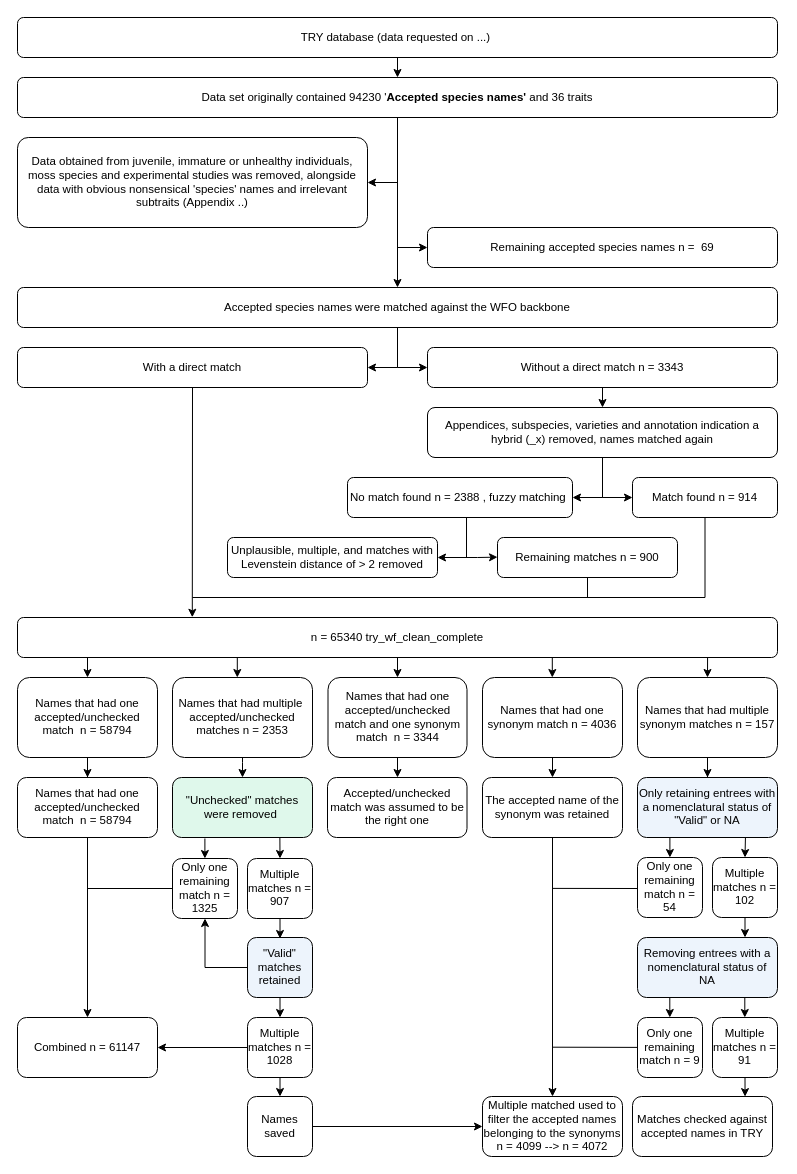
Above: page "Page-1" (1 of 3) of data_cleaning2.drawio in JGerkema/Chapter_I (draw.io), before the change. Source tidied: cells renumbered, new cells numbered last; positions are measured from the earlier drawing's top-left corner, leaving out a move shared by most shapes. Both pictures are drawn from the tidied source at 100%, with x=0, y=0 at pixel (17, 17).
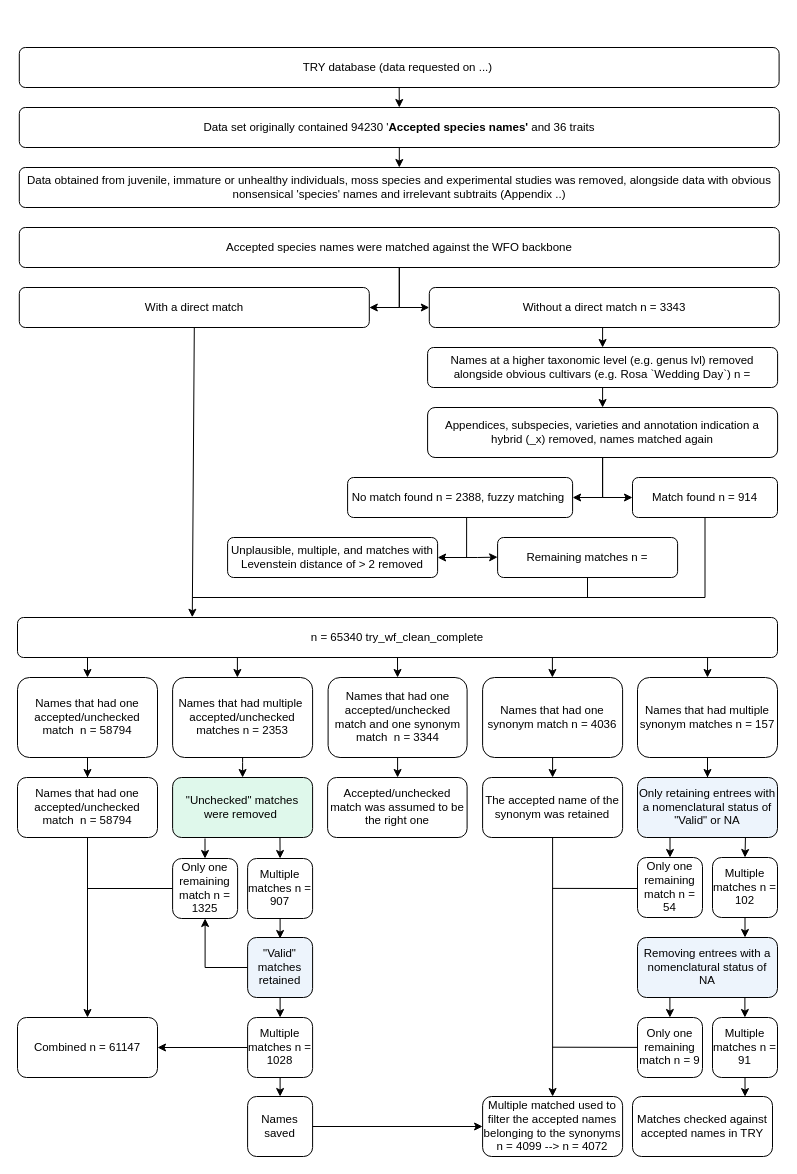
Above is the later version.

Diff of the diagram source:
```diff
@@
+    <mxCell id="29" style="edgeStyle=orthogonalEdgeStyle;rounded=0;jettySize=auto;html=1;exitX=0.5;exitY=1;exitDx=0;exitDy=0;entryX=0.5;entryY=0;entryDx=0;entryDy=0;" parent="1" edge="1" source="2" target="4">
+      <mxGeometry relative="1" as="geometry" />
+    </mxCell>
     <mxCell id="2" value="TRY database (data requested on ...)&amp;nbsp;" style="rounded=1;whiteSpace=wrap;html=1;fontSize=11.5;glass=0;strokeWidth=1;shadow=0;" parent="1" vertex="1">
-      <mxGeometry width="760" height="40" as="geometry" />
+      <mxGeometry x="1.8" y="30" width="759.8" height="40" as="geometry" />
     </mxCell>
     <mxCell id="3" value="Accepted species names were matched against the WFO backbone" style="rounded=1;whiteSpace=wrap;html=1;fontSize=11.5;glass=0;strokeWidth=1;shadow=0;" parent="1" vertex="1">
-      <mxGeometry y="270" width="760" height="40" as="geometry" />
+      <mxGeometry x="1.8" y="210" width="760" height="40" as="geometry" />
     </mxCell>
+    <mxCell id="82" style="edgeStyle=orthogonalEdgeStyle;rounded=0;jettySize=auto;html=1;exitX=0.5;exitY=1;exitDx=0;exitDy=0;entryX=0.5;entryY=0;entryDx=0;entryDy=0;" parent="1" edge="1" source="4" target="5">
+      <mxGeometry relative="1" as="geometry" />
+    </mxCell>
     <mxCell id="4" value="Data set originally contained 94230 '&lt;b style=&quot;font-size: 11.5px;&quot;&gt;Accepted species names'&amp;nbsp;&lt;/b&gt;and 36 traits" style="rounded=1;whiteSpace=wrap;html=1;fontSize=11.5;" parent="1" vertex="1">
-      <mxGeometry y="60" width="760" height="40" as="geometry" />
+      <mxGeometry x="1.8" y="90" width="760" height="40" as="geometry" />
     </mxCell>
-    <mxCell id="5" value="Data obtained from juvenile, immature or unhealthy individuals, moss species and experimental studies was removed, alongside data with obvious nonsensical 'species' names and irrelevant subtraits (Appendix ..)" style="rounded=1;whiteSpace=wrap;html=1;arcSize=12;glass=0;shadow=0;fontSize=11.5;" parent="1" vertex="1">
-      <mxGeometry y="120" width="350" height="90" as="geometry" />
-    </mxCell>
-    <mxCell id="6" style="endArrow=classic;html=1;rounded=0;entryX=0.5;entryY=0;entryDx=0;entryDy=0;fontSize=11.5;exitX=0.5;exitY=1;exitDx=0;exitDy=0;" parent="1" edge="1" source="4" target="3">
-      <mxGeometry relative="1" as="geometry" />
-    </mxCell>
-    <mxCell id="7" value="Remaining accepted species names n =&amp;nbsp; 69" style="rounded=1;whiteSpace=wrap;html=1;fontSize=11.5;" parent="1" vertex="1">
-      <mxGeometry x="410" y="210" width="350" height="40" as="geometry" />
-    </mxCell>
     <mxCell id="8" style="edgeStyle=orthogonalEdgeStyle;rounded=0;orthogonalLoop=1;jettySize=auto;html=1;exitX=0.5;exitY=1;exitDx=0;exitDy=0;fontSize=11.5;" parent="1" edge="1">
       <mxGeometry relative="1" as="geometry">
-        <mxPoint x="575" y="240" as="sourcePoint" />
-        <mxPoint x="575" y="240" as="targetPoint" />
+        <mxPoint x="574.8" y="190" as="sourcePoint" />
+        <mxPoint x="574.8" y="190" as="targetPoint" />
       </mxGeometry>
     </mxCell>
     <mxCell id="9" value="With a direct match" style="rounded=1;whiteSpace=wrap;html=1;fontSize=11.5;" parent="1" vertex="1">
-      <mxGeometry y="330" width="350" height="40" as="geometry" />
+      <mxGeometry x="1.8" y="270" width="350" height="40" as="geometry" />
     </mxCell>
+    <mxCell id="83" style="edgeStyle=orthogonalEdgeStyle;rounded=0;jettySize=auto;html=1;exitX=0.5;exitY=1;exitDx=0;exitDy=0;entryX=0.5;entryY=0;entryDx=0;entryDy=0;" parent="1" edge="1" source="10" target="85">
+      <mxGeometry relative="1" as="geometry" />
+    </mxCell>
     <mxCell id="10" value="Without a direct match n = 3343" style="rounded=1;whiteSpace=wrap;html=1;fontSize=11.5;" parent="1" vertex="1">
-      <mxGeometry x="410" y="330" width="350" height="40" as="geometry" />
+      <mxGeometry x="411.8" y="270" width="350" height="40" as="geometry" />
     </mxCell>
     <mxCell id="11" value="Appendices, subspecies, varieties and annotation indication a hybrid (_x) removed, names matched again" style="rounded=1;whiteSpace=wrap;html=1;fontSize=11.5;" parent="1" vertex="1">
-      <mxGeometry x="410" y="390" width="350" height="50" as="geometry" />
+      <mxGeometry x="410.1" y="390" width="350" height="50" as="geometry" />
     </mxCell>
     <mxCell id="12" style="edgeStyle=orthogonalEdgeStyle;rounded=0;jettySize=auto;html=1;entryX=0;entryY=0.491;entryDx=0;entryDy=0;fontSize=11.5;exitX=0.529;exitY=0.989;exitDx=0;exitDy=0;exitPerimeter=0;entryPerimeter=0;" parent="1" edge="1" source="13" target="16">
       <mxGeometry relative="1" as="geometry">
         <Array as="points">
-          <mxPoint x="449" y="540" />
-          <mxPoint x="460" y="540" />
+          <mxPoint x="449.1" y="540" />
+          <mxPoint x="460.1" y="540" />
         </Array>
       </mxGeometry>
     </mxCell>
-    <mxCell id="13" value="No match found n = 2388 , fuzzy matching&amp;nbsp;" style="rounded=1;whiteSpace=wrap;html=1;fontSize=11.5;" parent="1" vertex="1">
-      <mxGeometry x="330" y="460" width="225" height="40" as="geometry" />
+    <mxCell id="13" value="No match found n = 2388, fuzzy matching&amp;nbsp;" style="rounded=1;whiteSpace=wrap;html=1;fontSize=11.5;" parent="1" vertex="1">
+      <mxGeometry x="330.1" y="460" width="225" height="40" as="geometry" />
     </mxCell>
@@
     <mxCell id="15" value="Unplausible, multiple, and matches with Levenstein distance of &amp;gt; 2 removed" style="rounded=1;whiteSpace=wrap;html=1;fontSize=11.5;" parent="1" vertex="1">
-      <mxGeometry x="210" y="520" width="210" height="40" as="geometry" />
+      <mxGeometry x="210.1" y="520" width="210" height="40" as="geometry" />
     </mxCell>
-    <mxCell id="16" value="Remaining matches n = 900" style="rounded=1;whiteSpace=wrap;html=1;fontSize=11.5;" parent="1" vertex="1">
-      <mxGeometry x="480" y="520" width="180" height="40" as="geometry" />
+    <mxCell id="16" value="Remaining matches n =" style="rounded=1;whiteSpace=wrap;html=1;fontSize=11.5;" parent="1" vertex="1">
+      <mxGeometry x="480.1" y="520" width="180" height="40" as="geometry" />
     </mxCell>
@@
     <mxCell id="20" style="endArrow=none;html=1;rounded=0;edgeStyle=orthogonalEdgeStyle;fontSize=11.5;" parent="1" edge="1">
       <mxGeometry relative="1" as="geometry">
-        <mxPoint x="175" y="580" as="sourcePoint" />
+        <mxPoint x="175.1" y="580" as="sourcePoint" />
         <mxPoint x="570" y="560" as="targetPoint" />
         <Array as="points">
           <mxPoint x="570" y="580" />
         </Array>
       </mxGeometry>
     </mxCell>
@@
-    <mxCell id="22" style="endArrow=classic;html=1;rounded=0;exitX=0.5;exitY=1;exitDx=0;exitDy=0;entryX=0;entryY=0.5;entryDx=0;entryDy=0;edgeStyle=orthogonalEdgeStyle;fontSize=11.5;" parent="1" edge="1" source="3" target="10">
-      <mxGeometry relative="1" as="geometry" />
+    <mxCell id="22" style="endArrow=classic;html=1;rounded=0;exitX=0.5;exitY=1;exitDx=0;exitDy=0;entryX=0;entryY=0.5;entryDx=0;entryDy=0;edgeStyle=orthogonalEdgeStyle;fontSize=11.5;" parent="1" edge="1">
+      <mxGeometry relative="1" as="geometry">
+        <mxPoint x="381.8" y="250" as="sourcePoint" />
+        <mxPoint x="411.8" y="290" as="targetPoint" />
+        <Array as="points">
+          <mxPoint x="381.8" y="290" />
+        </Array>
+      </mxGeometry>
     </mxCell>
     <mxCell id="23" style="endArrow=classic;html=1;rounded=0;entryX=1;entryY=0.5;entryDx=0;entryDy=0;edgeStyle=orthogonalEdgeStyle;fontSize=11.5;" parent="1" edge="1" target="9">
       <mxGeometry relative="1" as="geometry">
-        <mxPoint x="380" y="310" as="sourcePoint" />
+        <mxPoint x="381.8" y="250" as="sourcePoint" />
         <Array as="points">
-          <mxPoint x="380" y="310" />
-          <mxPoint x="380" y="350" />
+          <mxPoint x="381.8" y="290" />
         </Array>
       </mxGeometry>
     </mxCell>
@@
-    <mxCell id="26" style="endArrow=classic;html=1;rounded=0;fontSize=11.5;entryX=1;entryY=0.5;entryDx=0;entryDy=0;" parent="1" edge="1" target="5">
-      <mxGeometry relative="1" as="geometry">
-        <mxPoint x="380" y="165" as="sourcePoint" />
-      </mxGeometry>
-    </mxCell>
-    <mxCell id="27" style="endArrow=classic;html=1;rounded=0;entryX=0;entryY=0.5;entryDx=0;entryDy=0;fontSize=11.5;" parent="1" edge="1" target="7">
-      <mxGeometry relative="1" as="geometry">
-        <mxPoint x="380" y="230" as="sourcePoint" />
-      </mxGeometry>
-    </mxCell>
-    <mxCell id="28" style="endArrow=classic;html=1;rounded=0;exitX=0.5;exitY=1;exitDx=0;exitDy=0;fontSize=11.5;" parent="1" edge="1" source="10" target="11">
-      <mxGeometry relative="1" as="geometry" />
-    </mxCell>
-    <mxCell id="29" style="endArrow=classic;html=1;rounded=0;exitX=0.5;exitY=1;exitDx=0;exitDy=0;entryX=0.5;entryY=0;entryDx=0;entryDy=0;fontSize=11.5;" parent="1" edge="1" source="2" target="4">
-      <mxGeometry relative="1" as="geometry" />
-    </mxCell>
     <mxCell id="30" style="endArrow=classic;html=1;rounded=0;entryX=1;entryY=0.5;entryDx=0;entryDy=0;fontSize=11.5;" parent="1" edge="1" target="15">
       <mxGeometry relative="1" as="geometry">
-        <mxPoint x="450" y="540" as="sourcePoint" />
+        <mxPoint x="450.1" y="540" as="sourcePoint" />
       </mxGeometry>
     </mxCell>
     <mxCell id="31" style="edgeStyle=orthogonalEdgeStyle;rounded=0;jettySize=auto;html=1;entryX=0.5;entryY=0;entryDx=0;entryDy=0;" parent="1" edge="1" source="32" target="64">
       <mxGeometry relative="1" as="geometry">
         <Array as="points">
-          <mxPoint x="225" y="745" />
-          <mxPoint x="225" y="745" />
+          <mxPoint x="225.1" y="745" />
+          <mxPoint x="225.1" y="745" />
         </Array>
       </mxGeometry>
     </mxCell>
     <mxCell id="32" value="Names that had multiple&amp;nbsp; accepted/unchecked matches n = 2353" style="rounded=1;whiteSpace=wrap;html=1;fontSize=11.5;" parent="1" vertex="1">
-      <mxGeometry x="155" y="660" width="140" height="80" as="geometry" />
+      <mxGeometry x="155.1" y="660" width="140" height="80" as="geometry" />
     </mxCell>
@@
     <mxCell id="34" value="Names that had one accepted/unchecked match and one synonym match&amp;nbsp; n = 3344" style="rounded=1;whiteSpace=wrap;html=1;fontSize=11.5;" parent="1" vertex="1">
-      <mxGeometry x="310.5" y="660" width="139" height="80" as="geometry" />
+      <mxGeometry x="310.6" y="660" width="139" height="80" as="geometry" />
     </mxCell>
@@
     <mxCell id="38" value="Names that had one synonym match n = 4036" style="rounded=1;whiteSpace=wrap;html=1;fontSize=11.5;" parent="1" vertex="1">
-      <mxGeometry x="465" y="660" width="140" height="80" as="geometry" />
+      <mxGeometry x="465.1" y="660" width="140" height="80" as="geometry" />
     </mxCell>
@@
     <mxCell id="42" style="endArrow=classic;html=1;rounded=0;entryX=0.5;entryY=0;entryDx=0;entryDy=0;fontSize=11.5;" parent="1" edge="1">
       <mxGeometry relative="1" as="geometry">
-        <mxPoint x="219.8" y="640" as="sourcePoint" />
-        <mxPoint x="219.8" y="660" as="targetPoint" />
+        <mxPoint x="219.9" y="640" as="sourcePoint" />
+        <mxPoint x="219.9" y="660" as="targetPoint" />
       </mxGeometry>
     </mxCell>
@@
     <mxCell id="44" value="Accepted/unchecked match was assumed to be the right one" style="rounded=1;whiteSpace=wrap;html=1;fontSize=11.5;" parent="1" vertex="1">
-      <mxGeometry x="310" y="760" width="139.5" height="60" as="geometry" />
+      <mxGeometry x="310.1" y="760" width="139.5" height="60" as="geometry" />
     </mxCell>
@@
     <mxCell id="53" style="endArrow=classic;html=1;rounded=0;exitX=0.771;exitY=1;exitDx=0;exitDy=0;exitPerimeter=0;entryX=0.5;entryY=0;entryDx=0;entryDy=0;fontSize=11.5;" parent="1" edge="1">
       <mxGeometry relative="1" as="geometry">
-        <mxPoint x="652.4" y="820" as="sourcePoint" />
-        <mxPoint x="652.4" y="840" as="targetPoint" />
+        <mxPoint x="652.5" y="820" as="sourcePoint" />
+        <mxPoint x="652.5" y="840" as="targetPoint" />
       </mxGeometry>
     </mxCell>
     <mxCell id="54" value="Only one remaining match n = 1325" style="rounded=1;whiteSpace=wrap;html=1;fontSize=11.5;" parent="1" vertex="1">
-      <mxGeometry x="155" y="841" width="65" height="60" as="geometry" />
+      <mxGeometry x="155.1" y="841" width="65" height="60" as="geometry" />
     </mxCell>
     <mxCell id="55" style="edgeStyle=orthogonalEdgeStyle;rounded=0;jettySize=auto;html=1;" parent="1" edge="1" source="56">
       <mxGeometry relative="1" as="geometry">
-        <mxPoint x="262.5" y="921" as="targetPoint" />
+        <mxPoint x="262.6" y="921" as="targetPoint" />
       </mxGeometry>
     </mxCell>
     <mxCell id="56" value="Multiple matches n = 907" style="rounded=1;whiteSpace=wrap;html=1;fontSize=11.5;" parent="1" vertex="1">
-      <mxGeometry x="230" y="841" width="65" height="60" as="geometry" />
+      <mxGeometry x="230.1" y="841" width="65" height="60" as="geometry" />
     </mxCell>
@@
     <mxCell id="58" style="endArrow=classic;html=1;rounded=0;exitX=0.771;exitY=1;exitDx=0;exitDy=0;exitPerimeter=0;entryX=0.5;entryY=0;entryDx=0;entryDy=0;fontSize=11.5;" parent="1" edge="1">
       <mxGeometry relative="1" as="geometry">
-        <mxPoint x="187.4" y="821" as="sourcePoint" />
-        <mxPoint x="187.4" y="841" as="targetPoint" />
+        <mxPoint x="187.5" y="821" as="sourcePoint" />
+        <mxPoint x="187.5" y="841" as="targetPoint" />
       </mxGeometry>
     </mxCell>
@@
     <mxCell id="60" value="The accepted name of the synonym was retained" style="rounded=1;whiteSpace=wrap;html=1;fontSize=11.5;" parent="1" vertex="1">
-      <mxGeometry x="465" y="760" width="140" height="60" as="geometry" />
+      <mxGeometry x="465.1" y="760" width="140" height="60" as="geometry" />
     </mxCell>
     <mxCell id="61" style="endArrow=classic;html=1;rounded=0;entryX=0.5;entryY=0;entryDx=0;entryDy=0;fontSize=11.5;exitX=0.908;exitY=0.99;exitDx=0;exitDy=0;exitPerimeter=0;" parent="1" edge="1">
       <mxGeometry relative="1" as="geometry">
-        <mxPoint x="534.8" y="640" as="sourcePoint" />
-        <mxPoint x="534.8" y="660" as="targetPoint" />
+        <mxPoint x="534.9" y="640" as="sourcePoint" />
+        <mxPoint x="534.9" y="660" as="targetPoint" />
       </mxGeometry>
     </mxCell>
@@
     <mxCell id="63" value="&quot;Valid&quot; matches retained" style="rounded=1;whiteSpace=wrap;html=1;fontSize=11.5;fillColor=#EDF4FC;strokeColor=#000000;" parent="1" vertex="1">
-      <mxGeometry x="230" y="920" width="65" height="60" as="geometry" />
+      <mxGeometry x="230.1" y="920" width="65" height="60" as="geometry" />
     </mxCell>
     <mxCell id="64" value="&quot;Unchecked&quot; matches were removed&amp;nbsp;" style="rounded=1;whiteSpace=wrap;html=1;fontSize=11.5;fillColor=#DFF8EB;" parent="1" vertex="1">
-      <mxGeometry x="155" y="760" width="140" height="60" as="geometry" />
+      <mxGeometry x="155.1" y="760" width="140" height="60" as="geometry" />
     </mxCell>
@@
     <mxCell id="68" value="Multiple matches n = 1028" style="rounded=1;whiteSpace=wrap;html=1;fontSize=11.5;" parent="1" vertex="1">
-      <mxGeometry x="230" y="1000" width="65" height="60" as="geometry" />
+      <mxGeometry x="230.1" y="1000" width="65" height="60" as="geometry" />
     </mxCell>
     <mxCell id="69" value="Names saved" style="rounded=1;whiteSpace=wrap;html=1;fontSize=11.5;" parent="1" vertex="1">
-      <mxGeometry x="230" y="1079" width="65" height="60" as="geometry" />
+      <mxGeometry x="230.1" y="1079" width="65" height="60" as="geometry" />
     </mxCell>
@@
     <mxCell id="73" style="endArrow=classic;html=1;rounded=0;exitX=0.771;exitY=1;exitDx=0;exitDy=0;exitPerimeter=0;entryX=0.5;entryY=0;entryDx=0;entryDy=0;fontSize=11.5;" parent="1" edge="1">
       <mxGeometry relative="1" as="geometry">
-        <mxPoint x="652.3" y="980" as="sourcePoint" />
-        <mxPoint x="652.3" y="1000" as="targetPoint" />
+        <mxPoint x="652.4" y="980" as="sourcePoint" />
+        <mxPoint x="652.4" y="1000" as="targetPoint" />
       </mxGeometry>
     </mxCell>
@@
     <mxCell id="75" style="endArrow=classic;html=1;rounded=0;exitX=0.771;exitY=1;exitDx=0;exitDy=0;exitPerimeter=0;entryX=0.5;entryY=0;entryDx=0;entryDy=0;fontSize=11.5;" parent="1" edge="1">
       <mxGeometry relative="1" as="geometry">
-        <mxPoint x="727.3" y="980" as="sourcePoint" />
-        <mxPoint x="727.3" y="1000" as="targetPoint" />
+        <mxPoint x="727.4" y="980" as="sourcePoint" />
+        <mxPoint x="727.4" y="1000" as="targetPoint" />
       </mxGeometry>
     </mxCell>
@@
     <mxCell id="78" value="Multiple matched used to filter the accepted names belonging to the synonyms n = 4099 --&amp;gt; n = 4072" style="rounded=1;whiteSpace=wrap;html=1;fontSize=11.5;" parent="1" vertex="1">
-      <mxGeometry x="465" y="1079" width="140" height="60" as="geometry" />
+      <mxGeometry x="465.1" y="1079" width="140" height="60" as="geometry" />
     </mxCell>
@@
+    <mxCell id="84" style="edgeStyle=orthogonalEdgeStyle;rounded=0;jettySize=auto;html=1;exitX=0.5;exitY=1;exitDx=0;exitDy=0;entryX=0.5;entryY=0;entryDx=0;entryDy=0;" parent="1" edge="1" source="85" target="11">
+      <mxGeometry relative="1" as="geometry" />
+    </mxCell>
+    <mxCell id="85" value="Names at a higher taxonomic level (e.g. genus lvl) removed alongside obvious cultivars (e.g. Rosa `Wedding Day`) n =" style="rounded=1;whiteSpace=wrap;html=1;fontSize=11.5;" parent="1" vertex="1">
+      <mxGeometry x="410.1" y="330" width="350" height="40" as="geometry" />
+    </mxCell>
+    <mxCell id="5" value="Data obtained from juvenile, immature or unhealthy individuals, moss species and experimental studies was removed, alongside data with obvious nonsensical 'species' names and irrelevant subtraits (Appendix ..)" style="rounded=1;whiteSpace=wrap;html=1;fontSize=11.5;" parent="1" vertex="1">
+      <mxGeometry x="1.8" y="150" width="760" height="40" as="geometry" />
+    </mxCell>
```
